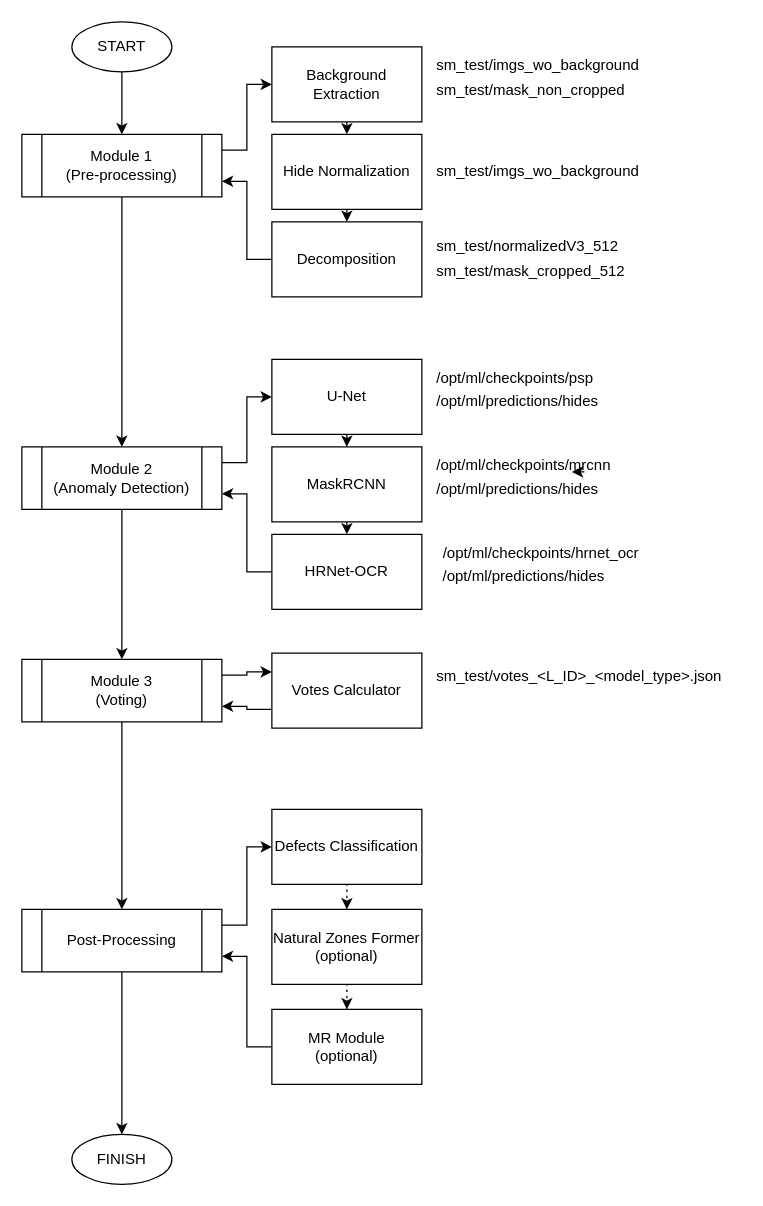
The draw.io diagram local_defect.drawio in Mike335207/work, before the edit. Source tidied: cells renumbered, new cells numbered last; positions are measured from the earlier drawing's top-left corner, leaving out a move shared by most shapes. Both pictures are drawn from the tidied source at 125%, with x=0, y=0 at pixel (21, 21).
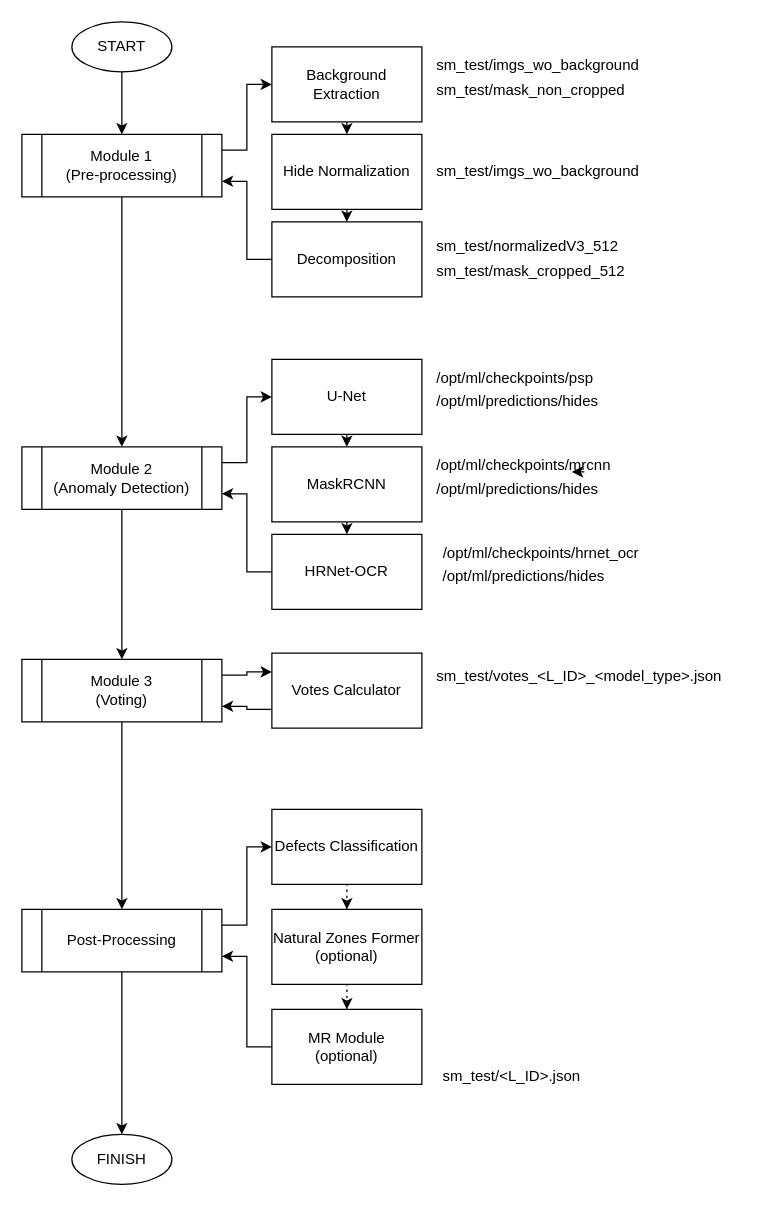
After the change.

Diff of the diagram source:
```diff
@@
+    <mxCell id="50" value="sm_test/&amp;lt;L_ID&amp;gt;.json" style="text;whiteSpace=wrap;html=1;" parent="1" vertex="1">
+      <mxGeometry x="335" y="830" width="240" height="30" as="geometry" />
+    </mxCell>
```
